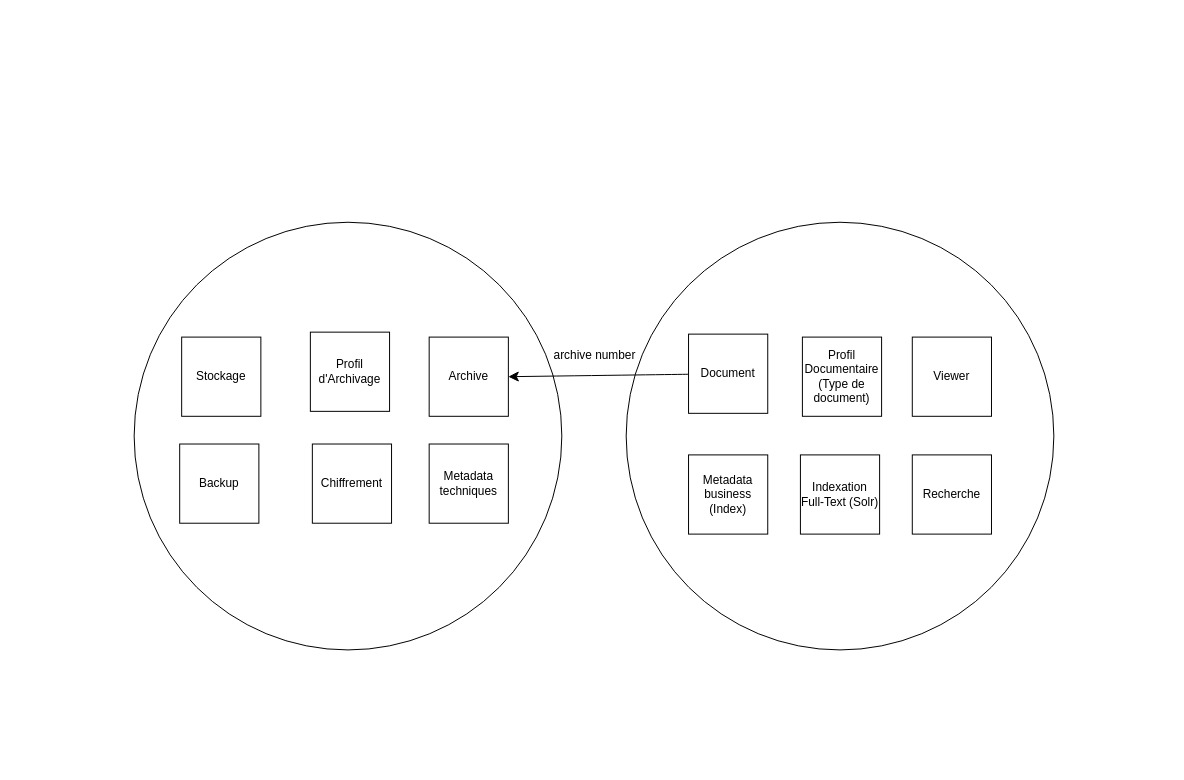
The draw.io diagram nova-archivage-indexation.drawio in omasseau/drawio, before the edit. Source tidied: cells renumbered, new cells numbered last; positions are measured from the earlier drawing's top-left corner, leaving out a move shared by most shapes. Both pictures are drawn from the tidied source at 99%, with x=0, y=0 at pixel (134, 222).
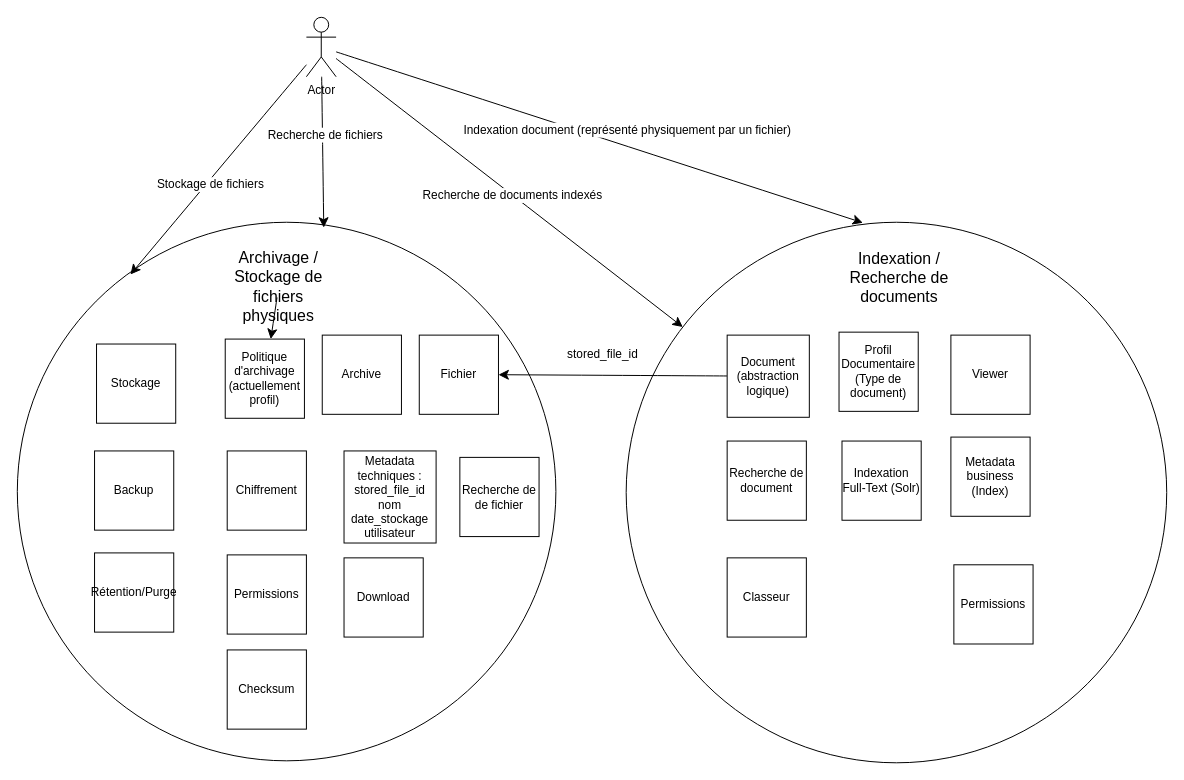
The same page after the edit.

Commit message:
Mettre à jour nova-archivage-indexation.drawio

Unchanged cells that the change refers to:
```xml
<mxCell id="8" style="edgeStyle=none;curved=1;rounded=0;jettySize=auto;html=1;entryX=1;entryY=0.5;entryDx=0;entryDy=0;fontSize=12;startSize=8;endSize=8;" parent="1" edge="1" source="10" target="11">
  <mxGeometry relative="1" as="geometry" />
</mxCell>
```

Diff of the diagram source:
```diff
@@
+    <mxCell id="3" style="ellipse;whiteSpace=wrap;html=1;" parent="1" vertex="1">
+      <mxGeometry x="-118" width="544" height="544" as="geometry" />
+    </mxCell>
     <mxCell id="2" style="ellipse;whiteSpace=wrap;html=1;" parent="1" vertex="1">
-      <mxGeometry x="497" width="432" height="432" as="geometry" />
+      <mxGeometry x="497" width="546" height="546" as="geometry" />
     </mxCell>
-    <mxCell id="3" style="ellipse;whiteSpace=wrap;html=1;" parent="1" vertex="1">
-      <mxGeometry width="432" height="432" as="geometry" />
-    </mxCell>
     <mxCell id="4" value="Stockage" style="whiteSpace=wrap;html=1;" parent="1" vertex="1">
-      <mxGeometry x="48" y="116" width="80" height="80" as="geometry" />
+      <mxGeometry x="-38" y="123" width="80" height="80" as="geometry" />
     </mxCell>
     <mxCell id="5" value="Chiffrement" style="whiteSpace=wrap;html=1;" parent="1" vertex="1">
-      <mxGeometry x="180" y="224" width="80" height="80" as="geometry" />
+      <mxGeometry x="94" y="231" width="80" height="80" as="geometry" />
     </mxCell>
     <mxCell id="6" value="Backup" style="whiteSpace=wrap;html=1;" parent="1" vertex="1">
-      <mxGeometry x="46" y="224" width="80" height="80" as="geometry" />
+      <mxGeometry x="-40" y="231" width="80" height="80" as="geometry" />
     </mxCell>
-    <mxCell id="7" value="Profil d'Archivage" style="whiteSpace=wrap;html=1;" parent="1" vertex="1">
-      <mxGeometry x="178" y="111" width="80" height="80" as="geometry" />
+    <mxCell id="7" value="Politique d'archivage (actuellement profil)" style="whiteSpace=wrap;html=1;" parent="1" vertex="1">
+      <mxGeometry x="92" y="118" width="80" height="80" as="geometry" />
     </mxCell>
@@
-    <mxCell id="9" value="archive number" style="edgeLabel;html=1;align=center;verticalAlign=middle;fontSize=12;" parent="8" vertex="1">
+    <mxCell id="9" value="stored_file_id" style="edgeLabel;html=1;align=center;verticalAlign=middle;fontSize=12;" parent="8" vertex="1">
       <mxGeometry x="0.12" y="1" relative="1" as="geometry">
-        <mxPoint x="6" y="-21" as="offset" />
+        <mxPoint x="3" y="-22" as="offset" />
       </mxGeometry>
     </mxCell>
-    <mxCell id="10" value="Document" style="whiteSpace=wrap;html=1;" parent="1" vertex="1">
-      <mxGeometry x="560" y="113" width="80" height="80" as="geometry" />
+    <mxCell id="10" value="Document (abstraction logique)" style="whiteSpace=wrap;html=1;" parent="1" vertex="1">
+      <mxGeometry x="599" y="114" width="83" height="83" as="geometry" />
     </mxCell>
-    <mxCell id="11" value="Archive" style="whiteSpace=wrap;html=1;" parent="1" vertex="1">
-      <mxGeometry x="298" y="116" width="80" height="80" as="geometry" />
+    <mxCell id="11" value="Fichier" style="whiteSpace=wrap;html=1;" parent="1" vertex="1">
+      <mxGeometry x="288" y="114" width="80" height="80" as="geometry" />
     </mxCell>
-    <mxCell id="12" value="Metadata techniques" style="whiteSpace=wrap;html=1;" parent="1" vertex="1">
-      <mxGeometry x="298" y="224" width="80" height="80" as="geometry" />
+    <mxCell id="12" value="Metadata techniques : &lt;br&gt;&lt;div&gt;stored_file_id&lt;br&gt;&lt;/div&gt;&lt;div&gt;nom&lt;br&gt;&lt;/div&gt;&lt;div&gt;date_stockage&lt;br&gt;utilisateur&lt;br&gt;&lt;/div&gt;" style="whiteSpace=wrap;html=1;" parent="1" vertex="1">
+      <mxGeometry x="212" y="231" width="93" height="93" as="geometry" />
     </mxCell>
     <mxCell id="13" value="Metadata business (Index)" style="whiteSpace=wrap;html=1;" parent="1" vertex="1">
-      <mxGeometry x="560" y="235" width="80" height="80" as="geometry" />
+      <mxGeometry x="825" y="217" width="80" height="80" as="geometry" />
     </mxCell>
     <mxCell id="14" value="Profil Documentaire (Type de document)" style="whiteSpace=wrap;html=1;" parent="1" vertex="1">
-      <mxGeometry x="675" y="116" width="80" height="80" as="geometry" />
+      <mxGeometry x="712" y="111" width="80" height="80" as="geometry" />
     </mxCell>
     <mxCell id="15" value="Viewer" style="whiteSpace=wrap;html=1;" parent="1" vertex="1">
-      <mxGeometry x="786" y="116" width="80" height="80" as="geometry" />
+      <mxGeometry x="825" y="114" width="80" height="80" as="geometry" />
     </mxCell>
     <mxCell id="16" value="Indexation Full-Text (Solr)" style="whiteSpace=wrap;html=1;" parent="1" vertex="1">
-      <mxGeometry x="673" y="235" width="80" height="80" as="geometry" />
+      <mxGeometry x="715" y="221" width="80" height="80" as="geometry" />
     </mxCell>
-    <mxCell id="17" value="Recherche" style="whiteSpace=wrap;html=1;" parent="1" vertex="1">
-      <mxGeometry x="786" y="235" width="80" height="80" as="geometry" />
+    <mxCell id="17" value="Recherche de document" style="whiteSpace=wrap;html=1;" parent="1" vertex="1">
+      <mxGeometry x="599" y="221" width="80" height="80" as="geometry" />
     </mxCell>
+    <mxCell id="18" style="edgeStyle=none;curved=1;rounded=0;jettySize=auto;html=1;fontSize=12;startSize=8;endSize=8;" parent="1" edge="1" source="19" target="7">
+      <mxGeometry relative="1" as="geometry" />
+    </mxCell>
+    <mxCell id="19" value="Archivage / Stockage de fichiers physiques" style="text;html=1;align=center;verticalAlign=middle;whiteSpace=wrap;rounded=0;fontSize=16;" parent="1" vertex="1">
+      <mxGeometry x="94" y="54" width="104" height="22" as="geometry" />
+    </mxCell>
+    <mxCell id="20" value="Indexation / Recherche de documents" style="text;html=1;align=center;verticalAlign=middle;whiteSpace=wrap;rounded=0;fontSize=16;" parent="1" vertex="1">
+      <mxGeometry x="721" y="45" width="104" height="22" as="geometry" />
+    </mxCell>
+    <mxCell id="21" value="Rétention/Purge" style="whiteSpace=wrap;html=1;" parent="1" vertex="1">
+      <mxGeometry x="-40" y="334" width="80" height="80" as="geometry" />
+    </mxCell>
+    <mxCell id="22" value="Permissions" style="whiteSpace=wrap;html=1;" parent="1" vertex="1">
+      <mxGeometry x="94" y="336" width="80" height="80" as="geometry" />
+    </mxCell>
+    <mxCell id="23" value="Permissions" style="whiteSpace=wrap;html=1;" parent="1" vertex="1">
+      <mxGeometry x="828" y="346" width="80" height="80" as="geometry" />
+    </mxCell>
+    <mxCell id="24" value="Download" style="whiteSpace=wrap;html=1;" parent="1" vertex="1">
+      <mxGeometry x="212" y="339" width="80" height="80" as="geometry" />
+    </mxCell>
+    <mxCell id="25" value="Classeur" style="whiteSpace=wrap;html=1;" parent="1" vertex="1">
+      <mxGeometry x="599" y="339" width="80" height="80" as="geometry" />
+    </mxCell>
+    <mxCell id="26" value="Recherche de de fichier" style="whiteSpace=wrap;html=1;" parent="1" vertex="1">
+      <mxGeometry x="329" y="237.5" width="80" height="80" as="geometry" />
+    </mxCell>
+    <mxCell id="27" value="Archive" style="whiteSpace=wrap;html=1;" parent="1" vertex="1">
+      <mxGeometry x="190" y="114" width="80" height="80" as="geometry" />
+    </mxCell>
+    <mxCell id="28" style="edgeStyle=none;curved=1;rounded=0;jettySize=auto;html=1;fontSize=12;startSize=8;endSize=8;entryX=0.21;entryY=0.097;entryDx=0;entryDy=0;entryPerimeter=0;" parent="1" edge="1" source="32" target="3">
+      <mxGeometry relative="1" as="geometry" />
+    </mxCell>
+    <mxCell id="29" value="Stockage de fichiers" style="edgeLabel;html=1;align=center;verticalAlign=middle;fontSize=12;" parent="28" vertex="1">
+      <mxGeometry x="0.12" y="3" relative="1" as="geometry" />
+    </mxCell>
+    <mxCell id="30" style="edgeStyle=none;curved=1;rounded=0;jettySize=auto;html=1;fontSize=12;startSize=8;endSize=8;" parent="1" edge="1" source="32" target="2">
+      <mxGeometry relative="1" as="geometry" />
+    </mxCell>
+    <mxCell id="31" value="Recherche de documents indexés" style="edgeLabel;html=1;align=center;verticalAlign=middle;fontSize=12;" parent="30" vertex="1">
+      <mxGeometry x="0.01" relative="1" as="geometry">
+        <mxPoint y="1" as="offset" />
+      </mxGeometry>
+    </mxCell>
+    <mxCell id="32" value="Actor" style="shape=umlActor;verticalLabelPosition=bottom;verticalAlign=top;html=1;outlineConnect=0;" parent="1" vertex="1">
+      <mxGeometry x="174" y="-207" width="30" height="60" as="geometry" />
+    </mxCell>
+    <mxCell id="33" style="edgeStyle=none;curved=1;rounded=0;jettySize=auto;html=1;entryX=0.438;entryY=0.001;entryDx=0;entryDy=0;entryPerimeter=0;fontSize=12;startSize=8;endSize=8;" parent="1" edge="1" source="32" target="2">
+      <mxGeometry relative="1" as="geometry" />
+    </mxCell>
+    <mxCell id="34" value="Indexation document (représenté physiquement par un fichier)" style="edgeLabel;html=1;align=center;verticalAlign=middle;fontSize=12;" parent="33" vertex="1">
+      <mxGeometry x="-0.04" relative="1" as="geometry">
+        <mxPoint x="38" y="-4" as="offset" />
+      </mxGeometry>
+    </mxCell>
+    <mxCell id="35" style="edgeStyle=none;curved=1;rounded=0;jettySize=auto;html=1;entryX=0.569;entryY=0.01;entryDx=0;entryDy=0;entryPerimeter=0;fontSize=12;startSize=8;endSize=8;" parent="1" edge="1" source="32" target="3">
+      <mxGeometry relative="1" as="geometry" />
+    </mxCell>
+    <mxCell id="36" value="Recherche de fichiers" style="edgeLabel;html=1;align=center;verticalAlign=middle;fontSize=12;" parent="35" vertex="1">
+      <mxGeometry x="-0.22" y="2" relative="1" as="geometry" />
+    </mxCell>
+    <mxCell id="37" value="Checksum" style="whiteSpace=wrap;html=1;" parent="1" vertex="1">
+      <mxGeometry x="94" y="432" width="80" height="80" as="geometry" />
+    </mxCell>
```
